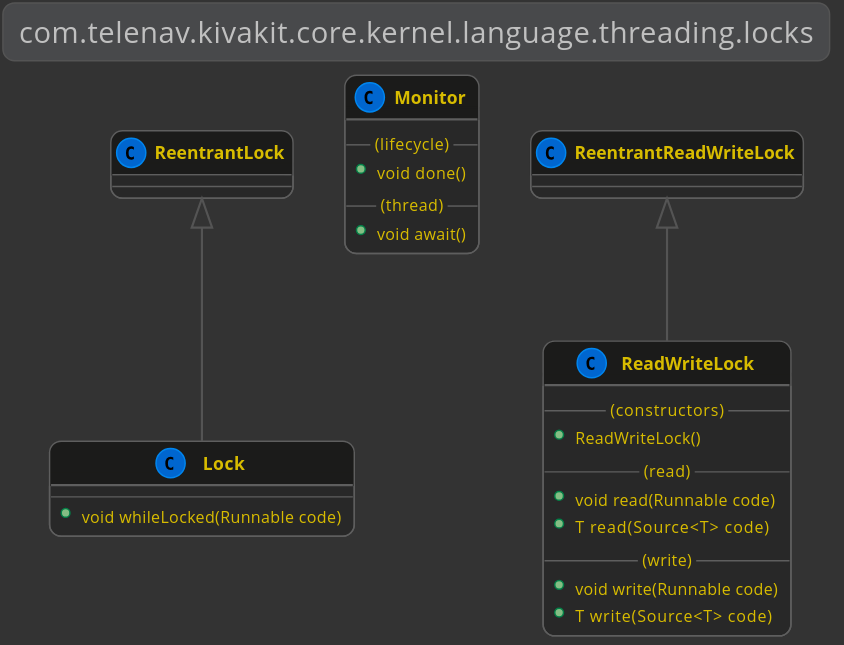
Telenav/kivakit keeps this PlantUML diagram as kivakit-core/kernel/documentation/diagrams/com.telenav.kivakit.core.kernel.language.threading.locks.svg. Above is the earlier version.
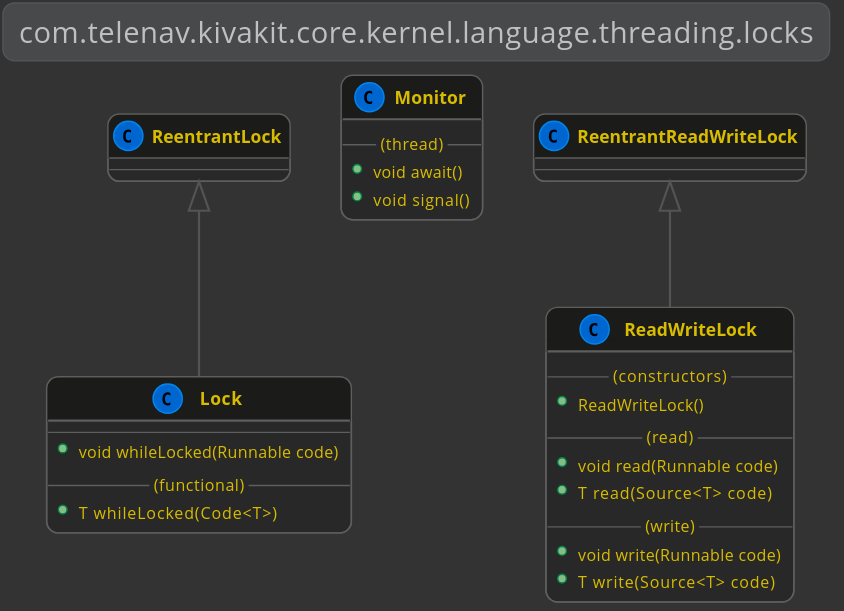
After the commit.

What changed in the source:
```diff
@@ -9,14 +9,15 @@
     {
         --
         +void whileLocked(Runnable code)
+        --(functional)--
+        +T whileLocked(Code<T>)
     }
 
     class Monitor
     {
-        --(lifecycle)--
-        +void done()
         --(thread)--
         +void await()
+        +void signal()
     }
 
     ReentrantReadWriteLock <|-- ReadWriteLock
```
